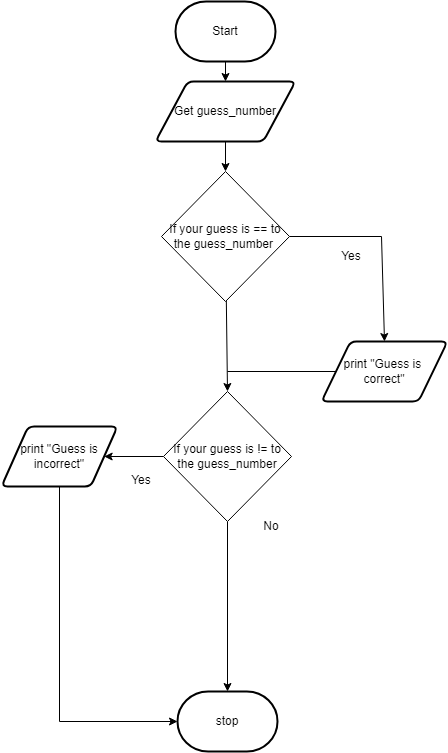
The draw.io diagram FlowChart.png in JacksonNaufal/ICS3u-Unit3-02-Python, before a commit. Source tidied: cells renumbered, new cells last; positions are measured from the earlier drawing's top-left corner, leaving out a move shared by most shapes.
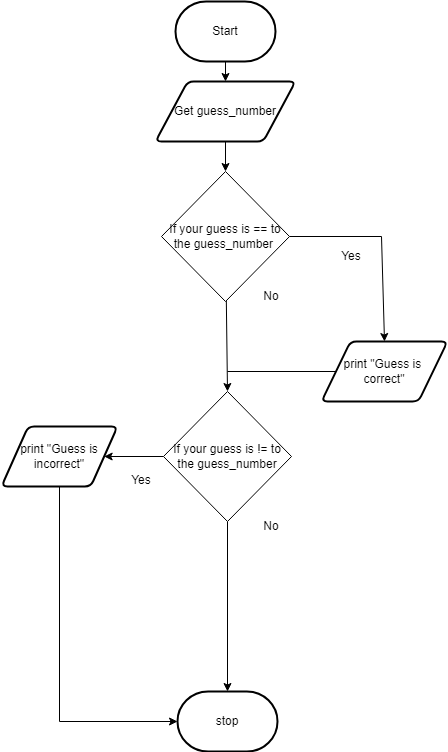
After the change.

Change to the diagram source:
```diff
@@ -66,5 +66,8 @@
     <mxCell id="19" value="Yes" style="text;html=1;strokeColor=none;fillColor=none;align=center;verticalAlign=middle;whiteSpace=wrap;rounded=0;fontSize=12;" parent="1" vertex="1">
       <mxGeometry x="110" y="464" width="60" height="30" as="geometry" />
     </mxCell>
+    <mxCell id="20" value="No" style="text;html=1;strokeColor=none;fillColor=none;align=center;verticalAlign=middle;whiteSpace=wrap;rounded=0;fontSize=12;" parent="1" vertex="1">
+      <mxGeometry x="240" y="280" width="60" height="30" as="geometry" />
+    </mxCell>
   </root>
 </mxGraphModel>
```
